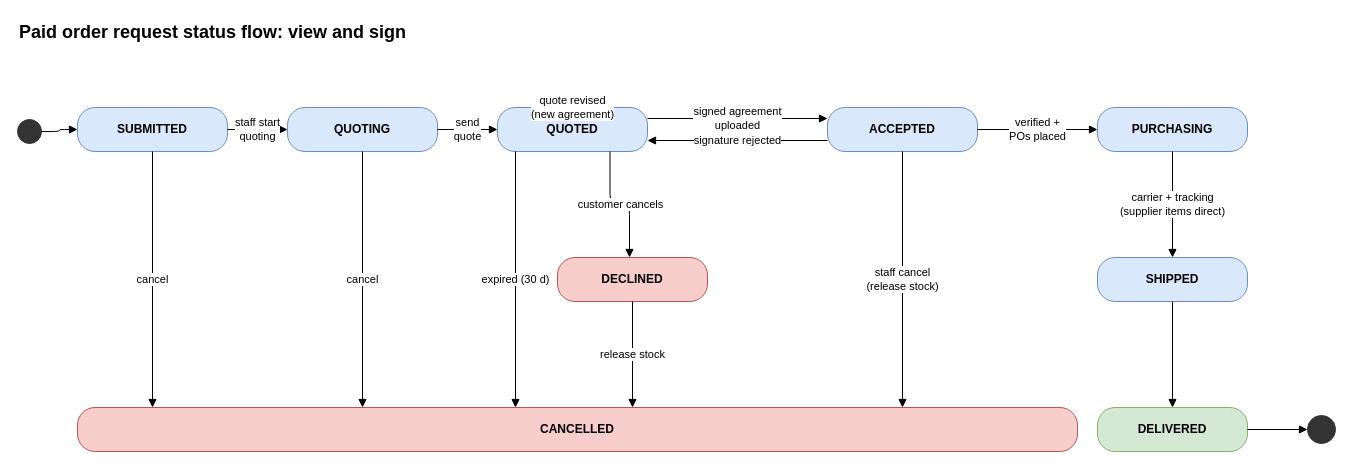
Earlier version of the draw.io diagram docs/manual/diagrams/11-paid-request-status.drawio (tajay59/SIA_v2). Source tidied: cells renumbered, new cells numbered last; positions are measured from the earlier drawing's top-left corner, leaving out a move shared by most shapes. Both pictures are drawn from the tidied source at 100%, with x=0, y=0 at pixel (17, 17).
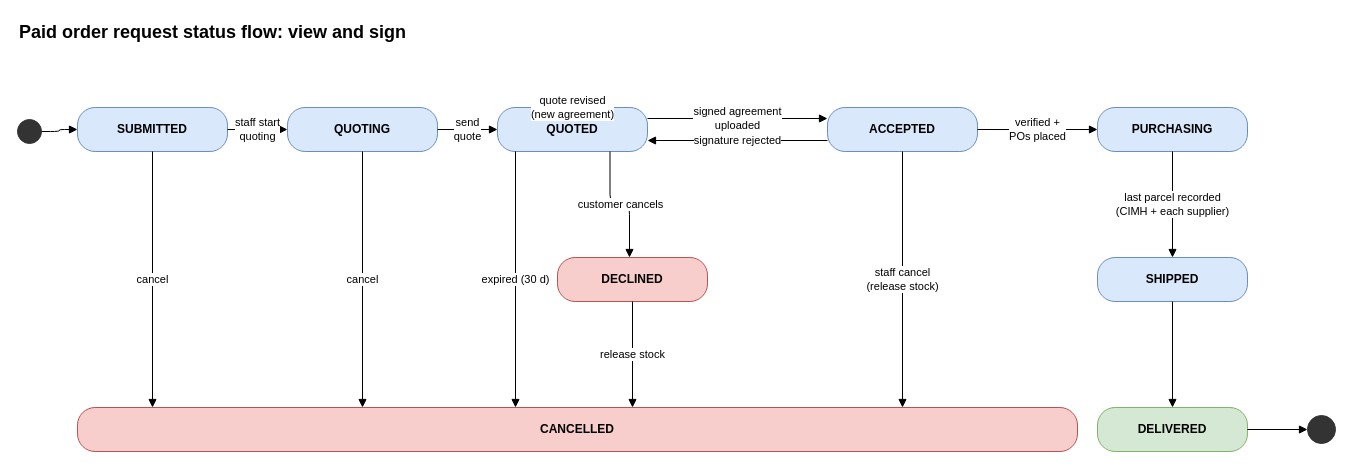
The same diagram, later.

The change refers to these unchanged cells:
```xml
<mxCell id="8" value="&lt;b&gt;PURCHASING&lt;/b&gt;" style="rounded=1;whiteSpace=wrap;html=1;fillColor=#dae8fc;strokeColor=#6c8ebf;fontFamily=Helvetica;fontSize=12;arcSize=40;" parent="1" vertex="1">
  <mxGeometry x="1080" y="90" width="150" height="44" as="geometry" />
</mxCell>
<mxCell id="9" value="&lt;b&gt;SHIPPED&lt;/b&gt;" style="rounded=1;whiteSpace=wrap;html=1;fillColor=#dae8fc;strokeColor=#6c8ebf;fontFamily=Helvetica;fontSize=12;arcSize=40;" parent="1" vertex="1">
  <mxGeometry x="1080" y="240" width="150" height="44" as="geometry" />
</mxCell>
```

What changed in the source:
```diff
@@
-    <mxCell id="20" value="carrier + tracking&lt;br&gt;(supplier items direct)" style="edgeStyle=orthogonalEdgeStyle;rounded=1;html=1;endArrow=block;endFill=1;fontFamily=Helvetica;fontSize=12;fontSize=11;labelBackgroundColor=#ffffff;" parent="1" edge="1" source="8" target="9">
+    <mxCell id="20" value="last parcel recorded&lt;br&gt;(CIMH + each supplier)" style="edgeStyle=orthogonalEdgeStyle;rounded=1;html=1;endArrow=block;endFill=1;fontFamily=Helvetica;fontSize=12;fontSize=11;labelBackgroundColor=#ffffff;" parent="1" edge="1" source="8" target="9">
       <mxGeometry relative="1" as="geometry" />
     </mxCell>
```
